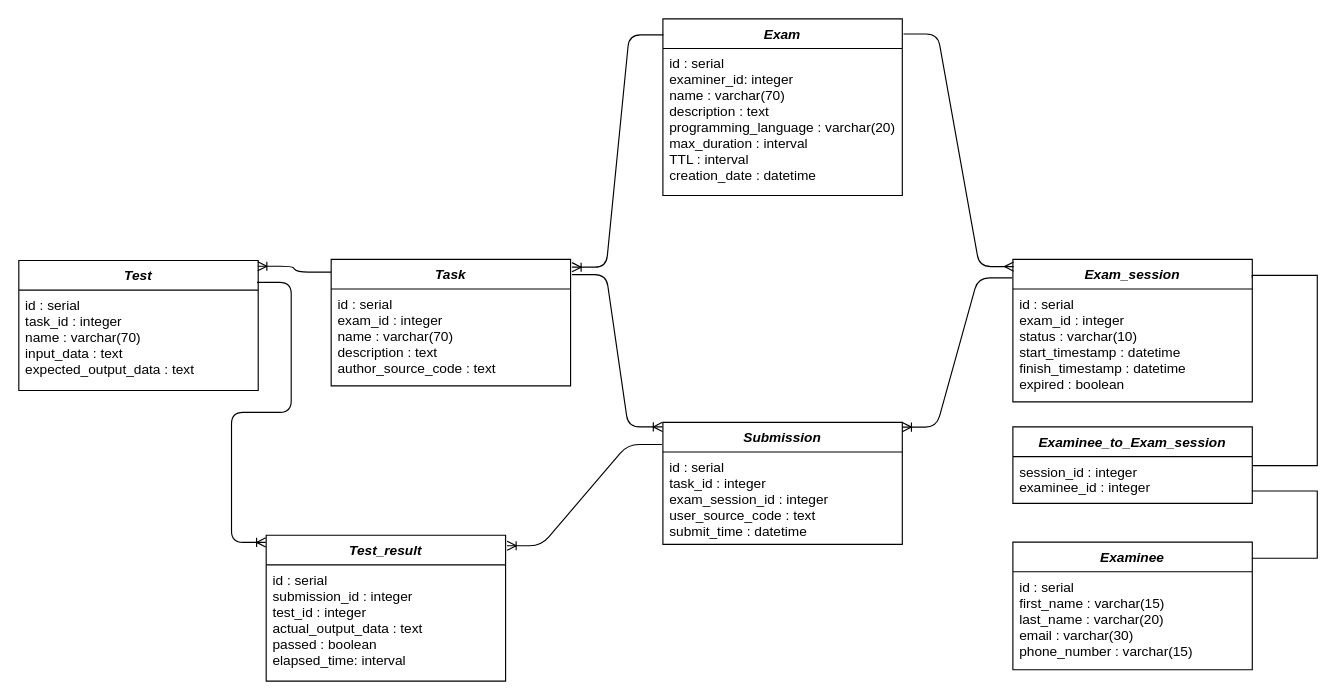
The draw.io diagram docs/diagrams/datalogical/dataBase_schema_1.drawio in se-brown-2023/automated-testing-applicants-service, before the edit. Source tidied: cells renumbered, new cells numbered last; positions are measured from the earlier drawing's top-left corner, leaving out a move shared by most shapes. Both pictures are drawn from the tidied source at 114%, with x=0, y=0 at pixel (18, 18).
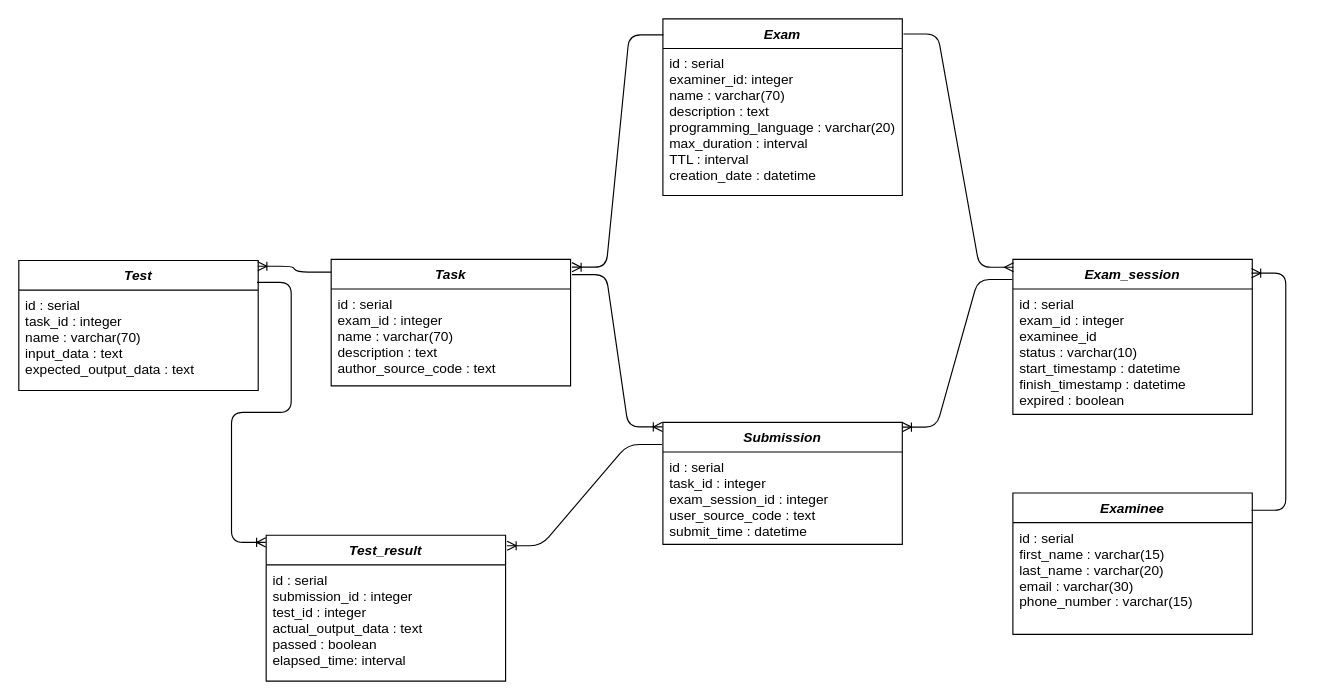
Above is the later version.

Commit message (it also covers changes not shown here):
- Правки типа связи exam_session и examinee

Diff of the diagram source:
```diff
@@
     <mxCell id="7" value="Exam_session" style="swimlane;fontStyle=3;align=center;verticalAlign=top;horizontal=1;startSize=26;rounded=0;shadow=0;strokeWidth=1;" parent="1" vertex="1">
-      <mxGeometry x="872" y="211" width="210" height="125" as="geometry" />
+      <mxGeometry x="872" y="211" width="210" height="136" as="geometry" />
     </mxCell>
-    <mxCell id="8" value="id : serial&#10;exam_id : integer&#10;status : varchar(10)&#10;start_timestamp : datetime&#10;finish_timestamp : datetime&#10;expired : boolean" style="text;align=left;verticalAlign=top;spacingLeft=4;spacingRight=4;overflow=hidden;rounded=0;shadow=0;html=0;" parent="7" vertex="1">
-      <mxGeometry y="26" width="210" height="99" as="geometry" />
+    <mxCell id="8" value="id : serial&#10;exam_id : integer&#10;examinee_id&#10;status : varchar(10)&#10;start_timestamp : datetime&#10;finish_timestamp : datetime&#10;expired : boolean" style="text;align=left;verticalAlign=top;spacingLeft=4;spacingRight=4;overflow=hidden;rounded=0;shadow=0;html=0;" parent="7" vertex="1">
+      <mxGeometry y="26" width="210" height="110" as="geometry" />
     </mxCell>
@@
     <mxCell id="10" value="Examinee" style="swimlane;fontStyle=3;align=center;verticalAlign=top;horizontal=1;startSize=26;rounded=0;shadow=0;strokeWidth=1;" parent="1" vertex="1">
-      <mxGeometry x="872" y="459" width="210" height="112" as="geometry" />
+      <mxGeometry x="872" y="416" width="210" height="124" as="geometry" />
     </mxCell>
     <mxCell id="11" value="id : serial&#10;first_name : varchar(15)&#10;last_name : varchar(20)&#10;email : varchar(30)&#10;phone_number : varchar(15)" style="text;align=left;verticalAlign=top;spacingLeft=4;spacingRight=4;overflow=hidden;rounded=0;shadow=0;html=0;" parent="10" vertex="1">
-      <mxGeometry y="26" width="210" height="86" as="geometry" />
+      <mxGeometry y="26" width="210" height="90" as="geometry" />
     </mxCell>
-    <mxCell id="12" value="Examinee_to_Exam_session" style="swimlane;fontStyle=3;align=center;verticalAlign=top;horizontal=1;startSize=26;rounded=0;shadow=0;strokeWidth=1;" parent="1" vertex="1">
-      <mxGeometry x="872" y="358" width="210" height="67" as="geometry" />
-    </mxCell>
-    <mxCell id="13" value="session_id : integer&#10;examinee_id : integer&#10;" style="text;align=left;verticalAlign=top;spacingLeft=4;spacingRight=4;overflow=hidden;points=[[0,0.5],[1,0.5]];portConstraint=eastwest;rounded=0;shadow=0;html=0;" parent="12" vertex="1">
-      <mxGeometry y="26" width="210" height="39" as="geometry" />
-    </mxCell>
-    <mxCell id="14" style="endArrow=none;html=1;rounded=0;exitX=1;exitY=0.129;exitDx=0;exitDy=0;exitPerimeter=0;edgeStyle=orthogonalEdgeStyle;" parent="1" edge="1" source="7">
-      <mxGeometry relative="1" as="geometry">
-        <mxPoint x="1082" y="392" as="targetPoint" />
-        <Array as="points">
-          <mxPoint x="1139" y="225" />
-          <mxPoint x="1139" y="392" />
-        </Array>
-      </mxGeometry>
-    </mxCell>
-    <mxCell id="15" style="html=1;whiteSpace=wrap;align=left;verticalAlign=bottom;" parent="14" vertex="1">
-      <mxGeometry x="-1" relative="1" as="geometry" />
-    </mxCell>
-    <mxCell id="16" style="html=1;whiteSpace=wrap;align=right;verticalAlign=bottom;" parent="14" vertex="1">
-      <mxGeometry x="1" relative="1" as="geometry" />
-    </mxCell>
-    <mxCell id="17" style="endArrow=none;html=1;rounded=0;exitX=0.998;exitY=0.774;exitDx=0;exitDy=0;exitPerimeter=0;entryX=0.998;entryY=0.127;entryDx=0;entryDy=0;entryPerimeter=0;edgeStyle=orthogonalEdgeStyle;" parent="1" edge="1" source="13" target="10">
-      <mxGeometry relative="1" as="geometry">
-        <Array as="points">
-          <mxPoint x="1139" y="414" />
-          <mxPoint x="1139" y="473" />
-        </Array>
-      </mxGeometry>
-    </mxCell>
-    <mxCell id="18" style="html=1;whiteSpace=wrap;align=left;verticalAlign=bottom;" parent="17" vertex="1">
-      <mxGeometry x="-1" relative="1" as="geometry" />
-    </mxCell>
-    <mxCell id="19" style="html=1;whiteSpace=wrap;align=right;verticalAlign=bottom;" parent="17" vertex="1">
-      <mxGeometry x="1" relative="1" as="geometry" />
-    </mxCell>
@@
+    <mxCell id="31" style="edgeStyle=entityRelationEdgeStyle;fontSize=12;html=1;endArrow=ERoneToMany;exitX=0.997;exitY=0.122;exitDx=0;exitDy=0;exitPerimeter=0;entryX=0.997;entryY=0.089;entryDx=0;entryDy=0;entryPerimeter=0;" parent="1" edge="1" source="10" target="7">
+      <mxGeometry relative="1" as="geometry" />
+    </mxCell>
```
